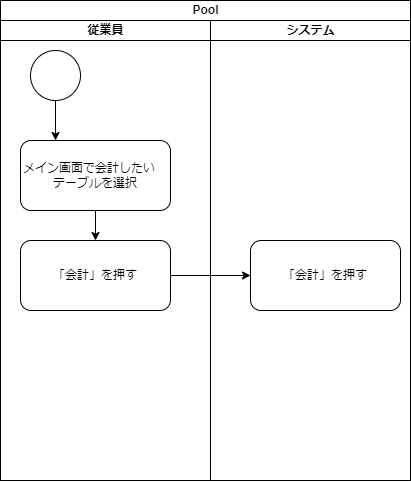
Earlier version of the draw.io export psp4/アクティビティ図_会計.drawio.png (MasakiHiguchi/---). Source tidied: cells renumbered, new cells last; positions are measured from the earlier drawing's top-left corner, leaving out a move shared by most shapes.
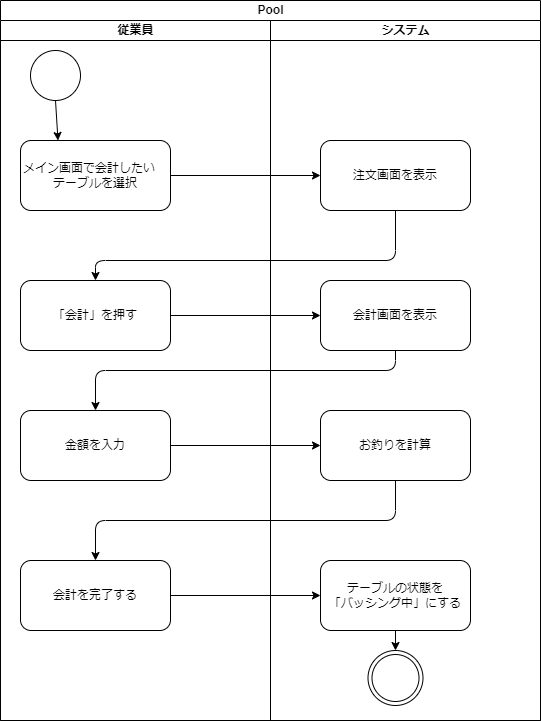
The same diagram one commit later.

What changed in the source:
```diff
@@ -3,10 +3,10 @@
     <mxCell id="0" />
     <mxCell id="1" parent="0" />
     <mxCell id="2" value="Pool" style="swimlane;startSize=20;html=1;" parent="1" vertex="1">
-      <mxGeometry width="410" height="480" as="geometry" />
+      <mxGeometry width="540" height="720" as="geometry" />
     </mxCell>
     <mxCell id="3" value="従業員" style="swimlane;startSize=20;html=1;" parent="2" vertex="1">
-      <mxGeometry y="20" width="210" height="460" as="geometry" />
+      <mxGeometry y="20" width="270" height="700" as="geometry" />
     </mxCell>
     <mxCell id="4" style="ellipse;whiteSpace=wrap;html=1;" parent="3" vertex="1">
       <mxGeometry x="30" y="30" width="50" height="50" as="geometry" />
@@ -15,26 +15,73 @@
       <mxGeometry x="20" y="120" width="150" height="70" as="geometry" />
     </mxCell>
     <mxCell id="6" value="「会計」を押す" style="rounded=1;whiteSpace=wrap;html=1;" parent="3" vertex="1">
-      <mxGeometry x="20" y="220" width="150" height="70" as="geometry" />
+      <mxGeometry x="20" y="260" width="150" height="70" as="geometry" />
     </mxCell>
-    <mxCell id="7" style="endArrow=classic;html=1;exitX=0.5;exitY=1;exitDx=0;exitDy=0;entryX=0.5;entryY=0;entryDx=0;entryDy=0;" parent="3" edge="1" source="5" target="6">
-      <mxGeometry relative="1" as="geometry" />
-    </mxCell>
+    <mxCell id="12" value="金額を入力" style="rounded=1;whiteSpace=wrap;html=1;" parent="3" vertex="1">
+      <mxGeometry x="20" y="390" width="150" height="70" as="geometry" />
+    </mxCell>
+    <mxCell id="10" style="endArrow=classic;html=1;exitX=0.5;exitY=1;exitDx=0;exitDy=0;entryX=0.25;entryY=0;entryDx=0;entryDy=0;" parent="3" edge="1" source="4" target="5">
+      <mxGeometry relative="1" as="geometry" />
+    </mxCell>
+    <mxCell id="13" value="会計を完了する" style="rounded=1;whiteSpace=wrap;html=1;" parent="3" vertex="1">
+      <mxGeometry x="20" y="540" width="150" height="70" as="geometry" />
+    </mxCell>
     <mxCell id="8" value="システム" style="swimlane;startSize=20;html=1;" parent="2" vertex="1">
-      <mxGeometry x="210" y="20" width="200" height="460" as="geometry" />
+      <mxGeometry x="270" y="20" width="270" height="700" as="geometry" />
     </mxCell>
-    <mxCell id="9" value="「会計」を押す" style="rounded=1;whiteSpace=wrap;html=1;" parent="8" vertex="1">
-      <mxGeometry x="40" y="220" width="150" height="70" as="geometry" />
+    <mxCell id="9" value="会計画面を表示" style="rounded=1;whiteSpace=wrap;html=1;" parent="8" vertex="1">
+      <mxGeometry x="50" y="260" width="150" height="70" as="geometry" />
     </mxCell>
-    <mxCell id="10" style="endArrow=classic;html=1;exitX=0.5;exitY=1;exitDx=0;exitDy=0;" parent="1" edge="1" source="4">
-      <mxGeometry relative="1" as="geometry">
-        <mxPoint x="55" y="140" as="targetPoint" />
-      </mxGeometry>
-    </mxCell>
+    <mxCell id="14" value="注文画面を表示" style="rounded=1;whiteSpace=wrap;html=1;" parent="8" vertex="1">
+      <mxGeometry x="50" y="120" width="150" height="70" as="geometry" />
+    </mxCell>
+    <mxCell id="15" value="お釣りを計算" style="rounded=1;whiteSpace=wrap;html=1;" parent="8" vertex="1">
+      <mxGeometry x="50" y="390" width="150" height="70" as="geometry" />
+    </mxCell>
+    <mxCell id="16" style="edgeStyle=none;html=1;exitX=0.5;exitY=1;exitDx=0;exitDy=0;entryX=0.5;entryY=0;entryDx=0;entryDy=0;" parent="8" edge="1" source="17" target="18">
+      <mxGeometry relative="1" as="geometry" />
+    </mxCell>
+    <mxCell id="17" value="テーブルの状態を&lt;br&gt;「バッシング中」にする" style="rounded=1;whiteSpace=wrap;html=1;" parent="8" vertex="1">
+      <mxGeometry x="50" y="540" width="150" height="70" as="geometry" />
+    </mxCell>
+    <mxCell id="18" style="ellipse;shape=doubleEllipse;whiteSpace=wrap;html=1;" parent="8" vertex="1">
+      <mxGeometry x="97.5" y="630" width="55" height="55" as="geometry" />
+    </mxCell>
-    <mxCell id="11" style="endArrow=classic;html=1;exitX=1;exitY=0.5;exitDx=0;exitDy=0;" parent="1" edge="1" source="6">
-      <mxGeometry relative="1" as="geometry">
-        <mxPoint x="250" y="275" as="targetPoint" />
-      </mxGeometry>
+    <mxCell id="11" style="endArrow=classic;html=1;exitX=1;exitY=0.5;exitDx=0;exitDy=0;entryX=0;entryY=0.5;entryDx=0;entryDy=0;" parent="2" edge="1" source="6" target="9">
+      <mxGeometry relative="1" as="geometry" />
     </mxCell>
+    <mxCell id="7" style="endArrow=classic;html=1;exitX=0.5;exitY=1;exitDx=0;exitDy=0;entryX=0.5;entryY=0;entryDx=0;entryDy=0;" parent="2" edge="1" source="14" target="6">
+      <mxGeometry relative="1" as="geometry">
+        <Array as="points">
+          <mxPoint x="395" y="260" />
+          <mxPoint x="95" y="260" />
+        </Array>
+      </mxGeometry>
+    </mxCell>
+    <mxCell id="19" style="edgeStyle=none;html=1;exitX=1;exitY=0.5;exitDx=0;exitDy=0;entryX=0;entryY=0.5;entryDx=0;entryDy=0;" parent="2" edge="1" source="5" target="14">
+      <mxGeometry relative="1" as="geometry" />
+    </mxCell>
+    <mxCell id="20" style="endArrow=classic;html=1;exitX=0.5;exitY=1;exitDx=0;exitDy=0;entryX=0.5;entryY=0;entryDx=0;entryDy=0;" parent="2" edge="1" source="9" target="12">
+      <mxGeometry relative="1" as="geometry">
+        <Array as="points">
+          <mxPoint x="395" y="370" />
+          <mxPoint x="95" y="370" />
+        </Array>
+      </mxGeometry>
+    </mxCell>
+    <mxCell id="21" style="edgeStyle=none;html=1;exitX=1;exitY=0.5;exitDx=0;exitDy=0;entryX=0;entryY=0.5;entryDx=0;entryDy=0;" parent="2" edge="1" source="12" target="15">
+      <mxGeometry relative="1" as="geometry" />
+    </mxCell>
+    <mxCell id="22" style="edgeStyle=none;html=1;exitX=0.5;exitY=1;exitDx=0;exitDy=0;entryX=0.5;entryY=0;entryDx=0;entryDy=0;" parent="2" edge="1" source="15" target="13">
+      <mxGeometry relative="1" as="geometry">
+        <Array as="points">
+          <mxPoint x="395" y="520" />
+          <mxPoint x="95" y="520" />
+        </Array>
+      </mxGeometry>
+    </mxCell>
+    <mxCell id="23" style="edgeStyle=none;html=1;exitX=1;exitY=0.5;exitDx=0;exitDy=0;entryX=0;entryY=0.5;entryDx=0;entryDy=0;" parent="2" edge="1" source="13" target="17">
+      <mxGeometry relative="1" as="geometry" />
+    </mxCell>
   </root>
 </mxGraphModel>
```
